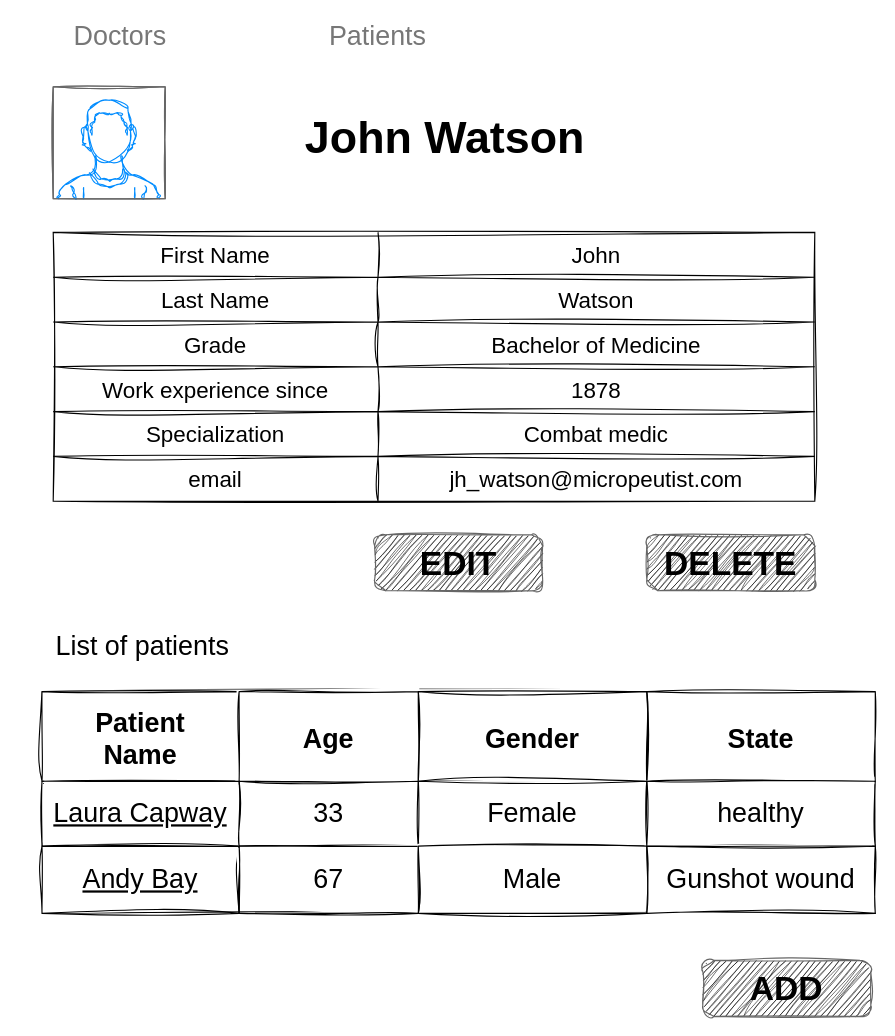
The draw.io diagram page "Doctor" (2 of 6) of documentation/micropeutist drawio.drawio in DmytroY/EPAM_Flask, before the edit. Source tidied: cells renumbered, new cells numbered last; positions are measured from the earlier drawing's top-left corner, leaving out a move shared by most shapes. Both pictures are drawn from the tidied source at 112%, with x=0, y=0 at pixel (19, 19).
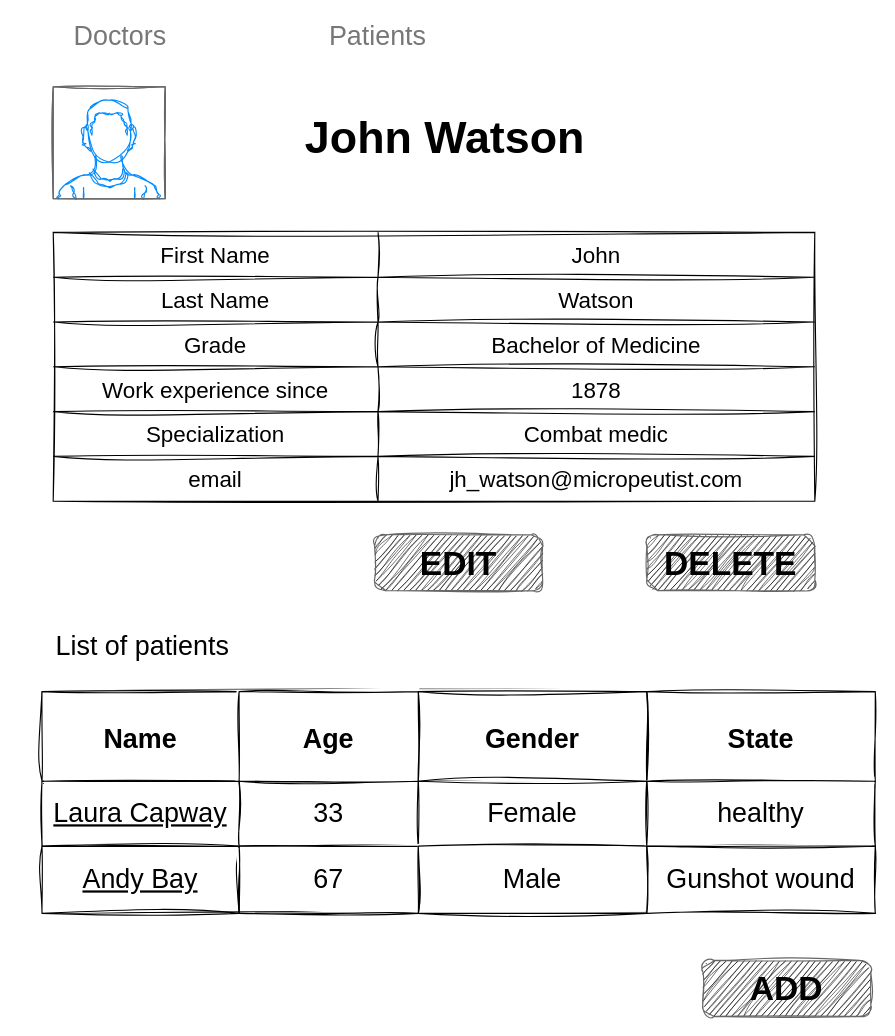
After the change.

The change refers to these unchanged cells:
```xml
<mxCell id="26" style="shape=tableRow;horizontal=0;startSize=0;swimlaneHead=0;swimlaneBody=0;top=0;left=0;bottom=0;right=0;fontStyle=0;fontSize=24;labelBackgroundColor=none;rounded=0;fontFamily=Helvetica;swimlaneLine=0;shadow=0;sketch=1;curveFitting=1;jiggle=2;" parent="25" vertex="1">
  <mxGeometry width="744" height="80" as="geometry" />
</mxCell>
```

Diff of the diagram source:
```diff
@@
-    <mxCell id="27" value="Patient&#10;Name" style="align=center;fontStyle=1;fontSize=24;labelBackgroundColor=none;rounded=0;fontFamily=Helvetica;swimlaneLine=0;shadow=0;sketch=1;curveFitting=1;jiggle=2;" parent="26" vertex="1">
+    <mxCell id="27" value="Name" style="align=center;fontStyle=1;fontSize=24;labelBackgroundColor=none;rounded=0;fontFamily=Helvetica;swimlaneLine=0;shadow=0;sketch=1;curveFitting=1;jiggle=2;" parent="26" vertex="1">
       <mxGeometry width="176" height="80" as="geometry" />
     </mxCell>
```
